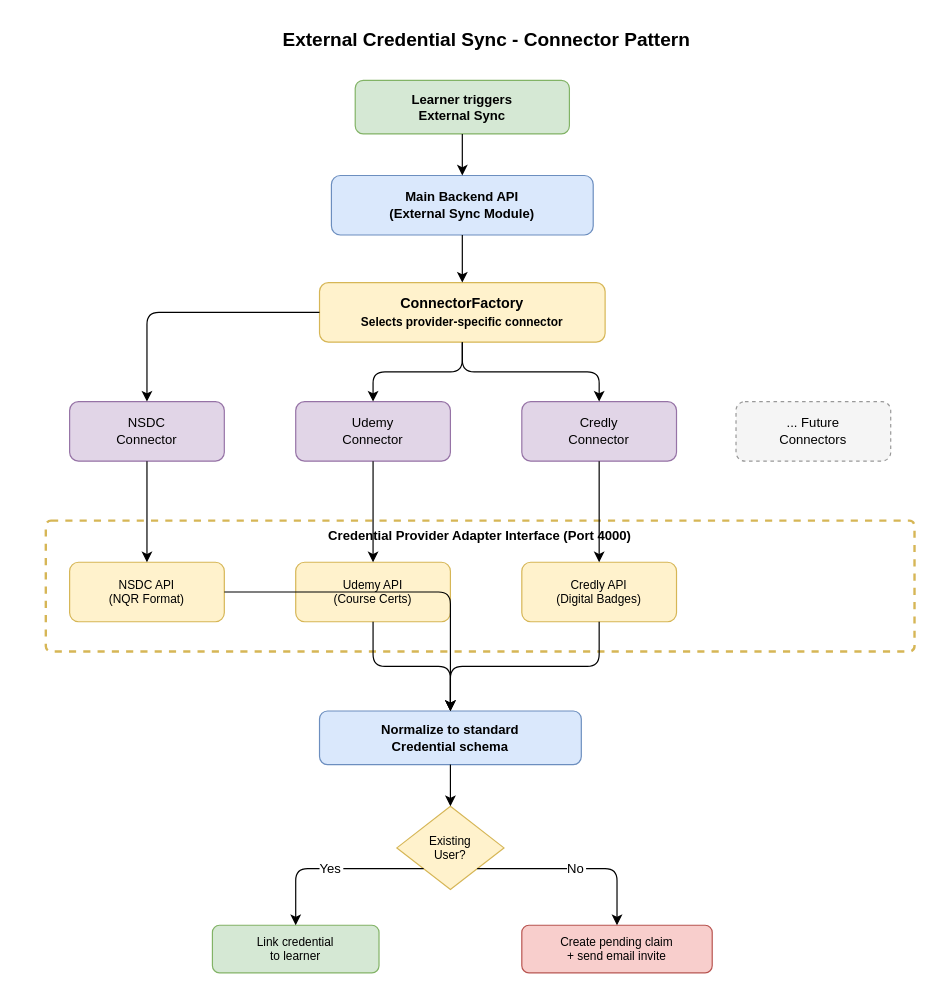
Above: docs/report/diagrams/3.8_external_sync_flow.drawio in JaiminPatel345/MicroMerit-Portal (draw.io), before the change. Source tidied: cells renumbered, new cells numbered last; positions are measured from the earlier drawing's top-left corner, leaving out a move shared by most shapes. Both pictures are drawn from the tidied source at 119%, with x=0, y=0 at pixel (45, 20).
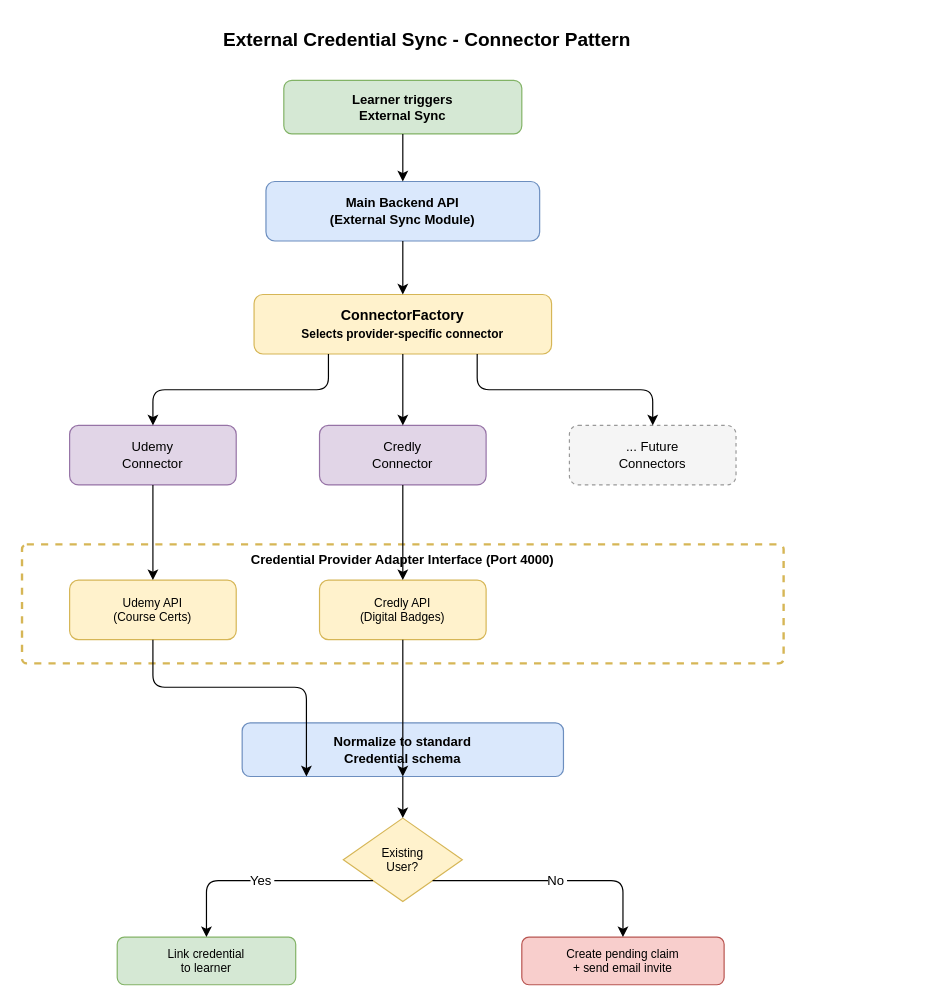
The same page after the edit.

Change to the diagram source:
```diff
@@
     <mxCell id="2" value="External Credential Sync - Connector Pattern" style="text;html=1;fontSize=16;fontStyle=1;align=center;" parent="1" vertex="1">
-      <mxGeometry x="120" width="500" height="30" as="geometry" />
+      <mxGeometry x="70" width="500" height="30" as="geometry" />
     </mxCell>
     <mxCell id="3" value="Learner triggers&lt;br&gt;External Sync" style="rounded=1;whiteSpace=wrap;html=1;fillColor=#d5e8d4;strokeColor=#82b366;fontSize=11;fontStyle=1;" parent="1" vertex="1">
-      <mxGeometry x="260" y="50" width="180" height="45" as="geometry" />
+      <mxGeometry x="200" y="50" width="200" height="45" as="geometry" />
     </mxCell>
     <mxCell id="4" value="Main Backend API&lt;br&gt;(External Sync Module)" style="rounded=1;whiteSpace=wrap;html=1;fillColor=#dae8fc;strokeColor=#6c8ebf;fontSize=11;fontStyle=1;" parent="1" vertex="1">
-      <mxGeometry x="240" y="130" width="220" height="50" as="geometry" />
+      <mxGeometry x="185" y="135" width="230" height="50" as="geometry" />
     </mxCell>
     <mxCell id="5" value="ConnectorFactory&lt;br&gt;&lt;font style=&quot;font-size:10px&quot;&gt;Selects provider-specific connector&lt;/font&gt;" style="rounded=1;whiteSpace=wrap;html=1;fillColor=#fff2cc;strokeColor=#d6b656;fontSize=12;fontStyle=1;" parent="1" vertex="1">
-      <mxGeometry x="230" y="220" width="240" height="50" as="geometry" />
+      <mxGeometry x="175" y="230" width="250" height="50" as="geometry" />
     </mxCell>
-    <mxCell id="6" value="NSDC&lt;br&gt;Connector" style="rounded=1;whiteSpace=wrap;html=1;fillColor=#e1d5e7;strokeColor=#9673a6;fontSize=11;" parent="1" vertex="1">
-      <mxGeometry x="20" y="320" width="130" height="50" as="geometry" />
-    </mxCell>
     <mxCell id="7" value="Udemy&lt;br&gt;Connector" style="rounded=1;whiteSpace=wrap;html=1;fillColor=#e1d5e7;strokeColor=#9673a6;fontSize=11;" parent="1" vertex="1">
-      <mxGeometry x="210" y="320" width="130" height="50" as="geometry" />
+      <mxGeometry x="20" y="340" width="140" height="50" as="geometry" />
     </mxCell>
     <mxCell id="8" value="Credly&lt;br&gt;Connector" style="rounded=1;whiteSpace=wrap;html=1;fillColor=#e1d5e7;strokeColor=#9673a6;fontSize=11;" parent="1" vertex="1">
-      <mxGeometry x="400" y="320" width="130" height="50" as="geometry" />
+      <mxGeometry x="230" y="340" width="140" height="50" as="geometry" />
     </mxCell>
     <mxCell id="9" value="... Future&lt;br&gt;Connectors" style="rounded=1;whiteSpace=wrap;html=1;fillColor=#f5f5f5;strokeColor=#999999;fontSize=11;dashed=1;" parent="1" vertex="1">
-      <mxGeometry x="580" y="320" width="130" height="50" as="geometry" />
+      <mxGeometry x="440" y="340" width="140" height="50" as="geometry" />
     </mxCell>
     <mxCell id="10" value="Credential Provider Adapter Interface (Port 4000)" style="rounded=1;whiteSpace=wrap;html=1;fillColor=none;strokeColor=#d6b656;dashed=1;verticalAlign=top;fontStyle=1;fontSize=11;arcSize=4;strokeWidth=2;" parent="1" vertex="1">
-      <mxGeometry y="420" width="730" height="110" as="geometry" />
+      <mxGeometry x="-20" y="440" width="640" height="100" as="geometry" />
     </mxCell>
-    <mxCell id="11" value="NSDC API&lt;br&gt;(NQR Format)" style="rounded=1;whiteSpace=wrap;html=1;fillColor=#fff2cc;strokeColor=#d6b656;fontSize=10;" parent="1" vertex="1">
-      <mxGeometry x="20" y="455" width="130" height="50" as="geometry" />
-    </mxCell>
     <mxCell id="12" value="Udemy API&lt;br&gt;(Course Certs)" style="rounded=1;whiteSpace=wrap;html=1;fillColor=#fff2cc;strokeColor=#d6b656;fontSize=10;" parent="1" vertex="1">
-      <mxGeometry x="210" y="455" width="130" height="50" as="geometry" />
+      <mxGeometry x="20" y="470" width="140" height="50" as="geometry" />
     </mxCell>
     <mxCell id="13" value="Credly API&lt;br&gt;(Digital Badges)" style="rounded=1;whiteSpace=wrap;html=1;fillColor=#fff2cc;strokeColor=#d6b656;fontSize=10;" parent="1" vertex="1">
-      <mxGeometry x="400" y="455" width="130" height="50" as="geometry" />
+      <mxGeometry x="230" y="470" width="140" height="50" as="geometry" />
     </mxCell>
     <mxCell id="14" value="Normalize to standard&lt;br&gt;Credential schema" style="rounded=1;whiteSpace=wrap;html=1;fillColor=#dae8fc;strokeColor=#6c8ebf;fontSize=11;fontStyle=1;" parent="1" vertex="1">
-      <mxGeometry x="230" y="580" width="220" height="45" as="geometry" />
+      <mxGeometry x="165" y="590" width="270" height="45" as="geometry" />
     </mxCell>
     <mxCell id="15" value="Existing&lt;br&gt;User?" style="rhombus;whiteSpace=wrap;html=1;fillColor=#fff2cc;strokeColor=#d6b656;fontSize=10;" parent="1" vertex="1">
-      <mxGeometry x="295" y="660" width="90" height="70" as="geometry" />
+      <mxGeometry x="250" y="670" width="100" height="70" as="geometry" />
     </mxCell>
     <mxCell id="16" value="Link credential&lt;br&gt;to learner" style="rounded=1;whiteSpace=wrap;html=1;fillColor=#d5e8d4;strokeColor=#82b366;fontSize=10;" parent="1" vertex="1">
-      <mxGeometry x="140" y="760" width="140" height="40" as="geometry" />
+      <mxGeometry x="60" y="770" width="150" height="40" as="geometry" />
     </mxCell>
     <mxCell id="17" value="Create pending claim&lt;br&gt;+ send email invite" style="rounded=1;whiteSpace=wrap;html=1;fillColor=#f8cecc;strokeColor=#b85450;fontSize=10;" parent="1" vertex="1">
-      <mxGeometry x="400" y="760" width="160" height="40" as="geometry" />
+      <mxGeometry x="400" y="770" width="170" height="40" as="geometry" />
     </mxCell>
@@
-    <mxCell id="20" style="edgeStyle=orthogonalEdgeStyle;rounded=1;" parent="1" edge="1" source="5" target="6">
-      <mxGeometry relative="1" as="geometry" />
-    </mxCell>
-    <mxCell id="21" style="edgeStyle=orthogonalEdgeStyle;rounded=1;" parent="1" edge="1" source="5" target="7">
+    <mxCell id="21" style="edgeStyle=orthogonalEdgeStyle;rounded=1;exitX=0.25;exitY=1;exitDx=0;exitDy=0;entryX=0.5;entryY=0;entryDx=0;entryDy=0;" parent="1" edge="1" source="5" target="7">
       <mxGeometry relative="1" as="geometry" />
     </mxCell>
-    <mxCell id="22" style="edgeStyle=orthogonalEdgeStyle;rounded=1;" parent="1" edge="1" source="5" target="8">
+    <mxCell id="22" style="edgeStyle=orthogonalEdgeStyle;rounded=1;exitX=0.5;exitY=1;exitDx=0;exitDy=0;entryX=0.5;entryY=0;entryDx=0;entryDy=0;" parent="1" edge="1" source="5" target="8">
       <mxGeometry relative="1" as="geometry" />
     </mxCell>
-    <mxCell id="23" style="edgeStyle=orthogonalEdgeStyle;rounded=1;" parent="1" edge="1" source="6" target="11">
-      <mxGeometry relative="1" as="geometry" />
-    </mxCell>
+    <mxCell id="32" style="edgeStyle=orthogonalEdgeStyle;rounded=1;exitX=0.75;exitY=1;exitDx=0;exitDy=0;entryX=0.5;entryY=0;entryDx=0;entryDy=0;" parent="1" edge="1" source="5" target="9">
+      <mxGeometry relative="1" as="geometry" />
+    </mxCell>
-    <mxCell id="24" style="edgeStyle=orthogonalEdgeStyle;rounded=1;" parent="1" edge="1" source="7" target="12">
+    <mxCell id="24" style="edgeStyle=orthogonalEdgeStyle;rounded=1;exitX=0.5;exitY=1;exitDx=0;exitDy=0;entryX=0.5;entryY=0;entryDx=0;entryDy=0;" parent="1" edge="1" source="7" target="12">
       <mxGeometry relative="1" as="geometry" />
     </mxCell>
-    <mxCell id="25" style="edgeStyle=orthogonalEdgeStyle;rounded=1;" parent="1" edge="1" source="8" target="13">
+    <mxCell id="25" style="edgeStyle=orthogonalEdgeStyle;rounded=1;exitX=0.5;exitY=1;exitDx=0;exitDy=0;entryX=0.5;entryY=0;entryDx=0;entryDy=0;" parent="1" edge="1" source="8" target="13">
       <mxGeometry relative="1" as="geometry" />
     </mxCell>
-    <mxCell id="26" style="edgeStyle=orthogonalEdgeStyle;rounded=1;" parent="1" edge="1" source="11" target="14">
-      <mxGeometry relative="1" as="geometry" />
-    </mxCell>
-    <mxCell id="27" style="edgeStyle=orthogonalEdgeStyle;rounded=1;" parent="1" edge="1" source="12" target="14">
-      <mxGeometry relative="1" as="geometry" />
+    <mxCell id="27" style="edgeStyle=orthogonalEdgeStyle;rounded=1;exitX=0.5;exitY=1;exitDx=0;exitDy=0;entryX=0.2;entryY=1;entryDx=0;entryDy=0;" parent="1" edge="1" source="12" target="14">
+      <mxGeometry relative="1" as="geometry">
+        <Array as="points">
+          <mxPoint x="90" y="560" />
+          <mxPoint x="219" y="560" />
+          <mxPoint x="219" y="635" />
+        </Array>
+      </mxGeometry>
     </mxCell>
-    <mxCell id="28" style="edgeStyle=orthogonalEdgeStyle;rounded=1;" parent="1" edge="1" source="13" target="14">
-      <mxGeometry relative="1" as="geometry" />
+    <mxCell id="28" style="edgeStyle=orthogonalEdgeStyle;rounded=1;exitX=0.5;exitY=1;exitDx=0;exitDy=0;entryX=0.5;entryY=1;entryDx=0;entryDy=0;" parent="1" edge="1" source="13" target="14">
+      <mxGeometry relative="1" as="geometry">
+        <Array as="points">
+          <mxPoint x="300" y="560" />
+          <mxPoint x="300" y="635" />
+        </Array>
+      </mxGeometry>
     </mxCell>
@@
-    <mxCell id="30" value="Yes" style="edgeStyle=orthogonalEdgeStyle;rounded=1;exitX=0;exitY=1;exitDx=0;exitDy=0;" parent="1" edge="1" source="15" target="16">
+    <mxCell id="30" value="Yes" style="edgeStyle=orthogonalEdgeStyle;rounded=1;exitX=0;exitY=1;exitDx=0;exitDy=0;entryX=0.5;entryY=0;entryDx=0;entryDy=0;" parent="1" edge="1" source="15" target="16">
       <mxGeometry relative="1" as="geometry" />
     </mxCell>
-    <mxCell id="31" value="No" style="edgeStyle=orthogonalEdgeStyle;rounded=1;exitX=1;exitY=1;exitDx=0;exitDy=0;" parent="1" edge="1" source="15" target="17">
+    <mxCell id="31" value="No" style="edgeStyle=orthogonalEdgeStyle;rounded=1;exitX=1;exitY=1;exitDx=0;exitDy=0;entryX=0.5;entryY=0;entryDx=0;entryDy=0;" parent="1" edge="1" source="15" target="17">
       <mxGeometry relative="1" as="geometry" />
     </mxCell>
```
